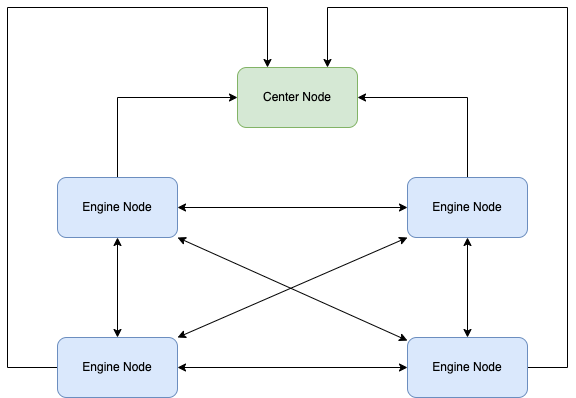
The draw.io diagram zh-cn/images/原理图1.drawio.png in connmix/connmix-docs, before a commit. Source tidied: cells renumbered, new cells last; positions are measured from the earlier drawing's top-left corner, leaving out a move shared by most shapes.
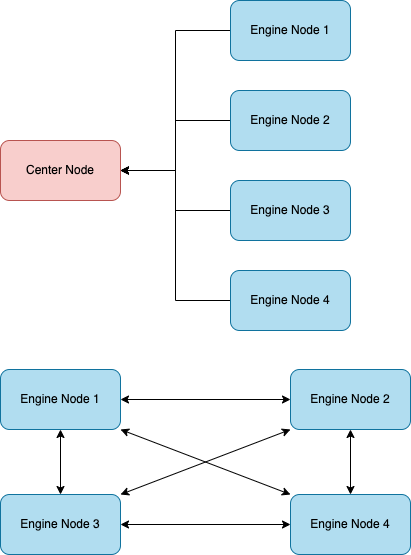
Later version of the same file.

The edit, as a diff of the source:
```diff
@@ -2,76 +2,62 @@
   <root>
     <mxCell id="0" />
     <mxCell id="1" parent="0" />
-    <mxCell id="2" value="Center Node" style="rounded=1;whiteSpace=wrap;html=1;fillColor=#d5e8d4;strokeColor=#82b366;" parent="1" vertex="1">
-      <mxGeometry x="230" y="60" width="120" height="60" as="geometry" />
+    <mxCell id="2" value="Center Node" style="rounded=1;whiteSpace=wrap;html=1;fillColor=#f8cecc;strokeColor=#b85450;" parent="1" vertex="1">
+      <mxGeometry x="30" y="140" width="120" height="60" as="geometry" />
     </mxCell>
-    <mxCell id="3" style="edgeStyle=orthogonalEdgeStyle;rounded=0;jettySize=auto;html=1;entryX=0;entryY=0.5;entryDx=0;entryDy=0;" parent="1" edge="1" source="4" target="2">
-      <mxGeometry relative="1" as="geometry">
-        <Array as="points">
-          <mxPoint x="110" y="90" />
-        </Array>
-      </mxGeometry>
+    <mxCell id="3" style="edgeStyle=orthogonalEdgeStyle;rounded=0;jettySize=auto;html=1;entryX=1;entryY=0.5;entryDx=0;entryDy=0;" parent="1" edge="1" source="4" target="2">
+      <mxGeometry relative="1" as="geometry" />
     </mxCell>
-    <mxCell id="4" value="Engine&amp;nbsp;Node" style="rounded=1;whiteSpace=wrap;html=1;fillColor=#dae8fc;strokeColor=#6c8ebf;" parent="1" vertex="1">
-      <mxGeometry x="50" y="170" width="120" height="60" as="geometry" />
+    <mxCell id="4" value="Engine&amp;nbsp;Node 1" style="rounded=1;whiteSpace=wrap;html=1;fillColor=#b1ddf0;strokeColor=#10739e;" parent="1" vertex="1">
+      <mxGeometry x="260" width="120" height="60" as="geometry" />
     </mxCell>
-    <mxCell id="5" style="edgeStyle=orthogonalEdgeStyle;rounded=0;jettySize=auto;html=1;entryX=0.75;entryY=0;entryDx=0;entryDy=0;" parent="1" edge="1" source="6" target="2">
-      <mxGeometry relative="1" as="geometry">
-        <Array as="points">
-          <mxPoint x="560" y="360" />
-          <mxPoint x="560" />
-          <mxPoint x="320" />
-        </Array>
-      </mxGeometry>
+    <mxCell id="5" style="edgeStyle=orthogonalEdgeStyle;rounded=0;jettySize=auto;html=1;entryX=1;entryY=0.5;entryDx=0;entryDy=0;" parent="1" edge="1" source="6" target="2">
+      <mxGeometry relative="1" as="geometry" />
     </mxCell>
-    <mxCell id="6" value="Engine&amp;nbsp;Node" style="rounded=1;whiteSpace=wrap;html=1;fillColor=#dae8fc;strokeColor=#6c8ebf;" parent="1" vertex="1">
-      <mxGeometry x="400" y="330" width="120" height="60" as="geometry" />
+    <mxCell id="6" value="Engine&amp;nbsp;Node 4" style="rounded=1;whiteSpace=wrap;html=1;fillColor=#b1ddf0;strokeColor=#10739e;" parent="1" vertex="1">
+      <mxGeometry x="260" y="270" width="120" height="60" as="geometry" />
     </mxCell>
     <mxCell id="7" style="edgeStyle=orthogonalEdgeStyle;rounded=0;jettySize=auto;html=1;entryX=1;entryY=0.5;entryDx=0;entryDy=0;" parent="1" edge="1" source="8" target="2">
-      <mxGeometry relative="1" as="geometry">
-        <Array as="points">
-          <mxPoint x="460" y="90" />
-        </Array>
-      </mxGeometry>
+      <mxGeometry relative="1" as="geometry" />
     </mxCell>
-    <mxCell id="8" value="Engine&amp;nbsp;Node" style="rounded=1;whiteSpace=wrap;html=1;fillColor=#dae8fc;strokeColor=#6c8ebf;" parent="1" vertex="1">
-      <mxGeometry x="400" y="170" width="120" height="60" as="geometry" />
+    <mxCell id="8" value="Engine&amp;nbsp;Node 2" style="rounded=1;whiteSpace=wrap;html=1;fillColor=#b1ddf0;strokeColor=#10739e;" parent="1" vertex="1">
+      <mxGeometry x="260" y="90" width="120" height="60" as="geometry" />
     </mxCell>
-    <mxCell id="9" style="endArrow=classic;startArrow=classic;html=1;rounded=0;exitX=1;exitY=0.5;exitDx=0;exitDy=0;entryX=0;entryY=0.5;entryDx=0;entryDy=0;" parent="1" edge="1" source="4" target="8">
-      <mxGeometry relative="1" as="geometry" />
-    </mxCell>
-    <mxCell id="10" style="endArrow=classic;startArrow=classic;html=1;rounded=0;" parent="1" edge="1" source="6">
-      <mxGeometry relative="1" as="geometry">
-        <mxPoint x="170" y="230" as="targetPoint" />
-      </mxGeometry>
-    </mxCell>
-    <mxCell id="11" style="endArrow=classic;startArrow=classic;html=1;rounded=0;entryX=0.5;entryY=1;entryDx=0;entryDy=0;" parent="1" edge="1" source="6" target="8">
-      <mxGeometry relative="1" as="geometry" />
-    </mxCell>
-    <mxCell id="12" style="edgeStyle=orthogonalEdgeStyle;rounded=0;jettySize=auto;html=1;entryX=0.25;entryY=0;entryDx=0;entryDy=0;" parent="1" edge="1" source="13" target="2">
-      <mxGeometry relative="1" as="geometry">
-        <Array as="points">
-          <mxPoint y="360" />
-          <mxPoint />
-          <mxPoint x="260" />
-        </Array>
-      </mxGeometry>
+    <mxCell id="12" style="edgeStyle=orthogonalEdgeStyle;rounded=0;jettySize=auto;html=1;entryX=1;entryY=0.5;entryDx=0;entryDy=0;" parent="1" edge="1" source="13" target="2">
+      <mxGeometry relative="1" as="geometry" />
     </mxCell>
-    <mxCell id="13" value="Engine&amp;nbsp;Node" style="rounded=1;whiteSpace=wrap;html=1;fillColor=#dae8fc;strokeColor=#6c8ebf;" parent="1" vertex="1">
-      <mxGeometry x="50" y="330" width="120" height="60" as="geometry" />
+    <mxCell id="13" value="Engine&amp;nbsp;Node 3" style="rounded=1;whiteSpace=wrap;html=1;fillColor=#b1ddf0;strokeColor=#10739e;" parent="1" vertex="1">
+      <mxGeometry x="260" y="180" width="120" height="60" as="geometry" />
     </mxCell>
-    <mxCell id="14" style="endArrow=classic;startArrow=classic;html=1;rounded=0;entryX=1;entryY=0.5;entryDx=0;entryDy=0;" parent="1" edge="1" target="13">
-      <mxGeometry relative="1" as="geometry">
-        <mxPoint x="400" y="360" as="sourcePoint" />
-      </mxGeometry>
-    </mxCell>
-    <mxCell id="15" style="endArrow=classic;startArrow=classic;html=1;rounded=0;entryX=0.5;entryY=1;entryDx=0;entryDy=0;" parent="1" edge="1" target="4">
-      <mxGeometry relative="1" as="geometry">
-        <mxPoint x="110" y="330" as="sourcePoint" />
-      </mxGeometry>
-    </mxCell>
-    <mxCell id="16" style="endArrow=classic;startArrow=classic;html=1;rounded=0;entryX=1;entryY=0;entryDx=0;entryDy=0;exitX=0;exitY=1;exitDx=0;exitDy=0;" parent="1" edge="1" source="8" target="13">
-      <mxGeometry relative="1" as="geometry" />
-    </mxCell>
+    <mxCell id="17" value="Engine&amp;nbsp;Node 1" style="rounded=1;whiteSpace=wrap;html=1;fillColor=#b1ddf0;strokeColor=#10739e;" parent="1" vertex="1">
+      <mxGeometry x="30" y="369" width="120" height="60" as="geometry" />
+    </mxCell>
+    <mxCell id="18" value="Engine&amp;nbsp;Node 2" style="rounded=1;whiteSpace=wrap;html=1;fillColor=#b1ddf0;strokeColor=#10739e;" parent="1" vertex="1">
+      <mxGeometry x="320" y="369" width="120" height="60" as="geometry" />
+    </mxCell>
+    <mxCell id="19" value="Engine&amp;nbsp;Node 3" style="rounded=1;whiteSpace=wrap;html=1;fillColor=#b1ddf0;strokeColor=#10739e;" parent="1" vertex="1">
+      <mxGeometry x="30" y="494" width="120" height="60" as="geometry" />
+    </mxCell>
+    <mxCell id="20" value="Engine&amp;nbsp;Node 4" style="rounded=1;whiteSpace=wrap;html=1;fillColor=#b1ddf0;strokeColor=#10739e;" parent="1" vertex="1">
+      <mxGeometry x="320" y="494" width="120" height="60" as="geometry" />
+    </mxCell>
+    <mxCell id="21" style="endArrow=classic;startArrow=classic;html=1;rounded=0;exitX=1;exitY=0.5;exitDx=0;exitDy=0;" parent="1" edge="1" source="17" target="18">
+      <mxGeometry relative="1" as="geometry" />
+    </mxCell>
+    <mxCell id="22" style="endArrow=classic;startArrow=classic;html=1;rounded=0;exitX=1;exitY=0.5;exitDx=0;exitDy=0;entryX=0;entryY=0.5;entryDx=0;entryDy=0;" parent="1" edge="1" source="19" target="20">
+      <mxGeometry relative="1" as="geometry" />
+    </mxCell>
+    <mxCell id="23" style="endArrow=classic;startArrow=classic;html=1;rounded=0;exitX=1;exitY=1;exitDx=0;exitDy=0;entryX=0;entryY=0;entryDx=0;entryDy=0;" parent="1" edge="1" source="17" target="20">
+      <mxGeometry relative="1" as="geometry" />
+    </mxCell>
+    <mxCell id="24" style="endArrow=classic;startArrow=classic;html=1;rounded=0;exitX=1;exitY=0;exitDx=0;exitDy=0;entryX=0;entryY=1;entryDx=0;entryDy=0;" parent="1" edge="1" source="19" target="18">
+      <mxGeometry relative="1" as="geometry" />
+    </mxCell>
+    <mxCell id="25" style="endArrow=classic;startArrow=classic;html=1;rounded=0;exitX=0.5;exitY=1;exitDx=0;exitDy=0;entryX=0.5;entryY=0;entryDx=0;entryDy=0;" parent="1" edge="1" source="17" target="19">
+      <mxGeometry relative="1" as="geometry" />
+    </mxCell>
+    <mxCell id="26" style="endArrow=classic;startArrow=classic;html=1;rounded=0;exitX=0.5;exitY=0;exitDx=0;exitDy=0;entryX=0.5;entryY=1;entryDx=0;entryDy=0;" parent="1" edge="1" source="20" target="18">
+      <mxGeometry relative="1" as="geometry" />
+    </mxCell>
   </root>
 </mxGraphModel>
```
